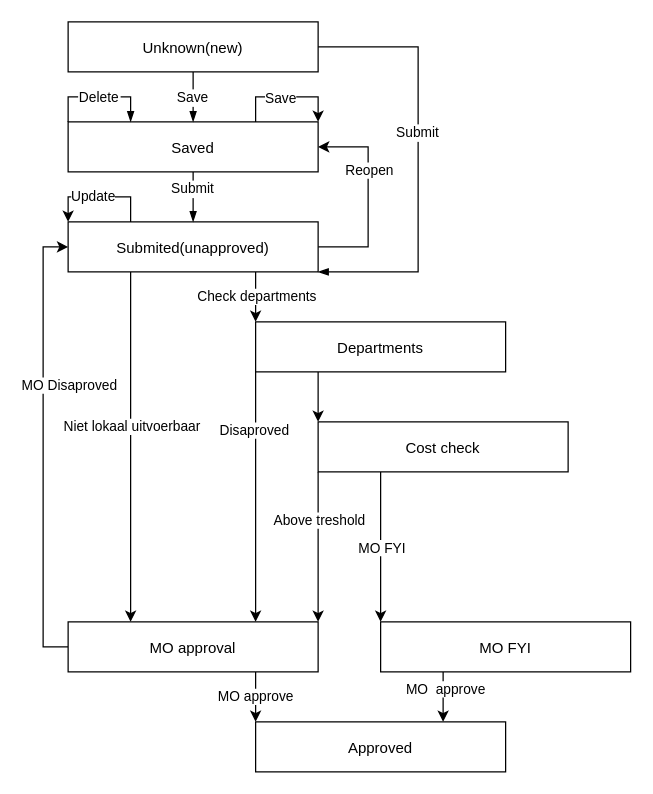
This is ACT.drawio from slaap123/DrawIO, a draw.io file, before an edit. Source tidied: cells renumbered, new cells numbered last; positions are measured from the earlier drawing's top-left corner, leaving out a move shared by most shapes. Both pictures are drawn from the tidied source at 125%, with x=0, y=0 at pixel (68, 21).
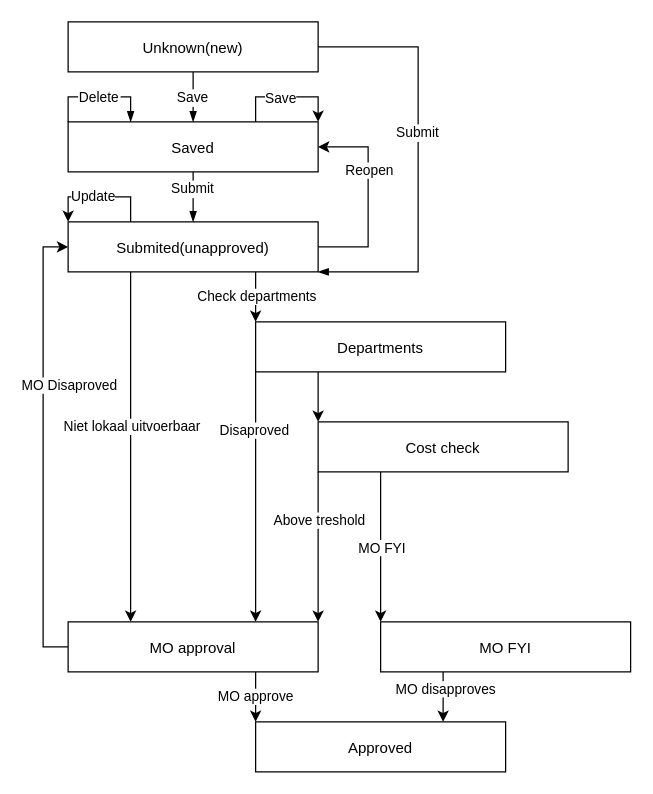
The same diagram, later.

The change refers to these unchanged cells:
```xml
<mxCell id="32" style="edgeStyle=orthogonalEdgeStyle;rounded=0;jettySize=auto;html=1;exitX=0.25;exitY=1;exitDx=0;exitDy=0;entryX=0.75;entryY=0;entryDx=0;entryDy=0;" parent="1" edge="1" source="34" target="35">
  <mxGeometry relative="1" as="geometry" />
</mxCell>
```

Diff of the diagram source:
```diff
@@
-    <mxCell id="33" value="MO&amp;nbsp; approve" style="edgeLabel;html=1;align=center;verticalAlign=middle;" parent="32" vertex="1">
+    <mxCell id="33" value="MO disapproves" style="edgeLabel;html=1;align=center;verticalAlign=middle;" parent="32" vertex="1">
       <mxGeometry x="-0.35" y="1" relative="1" as="geometry" />
     </mxCell>
```
